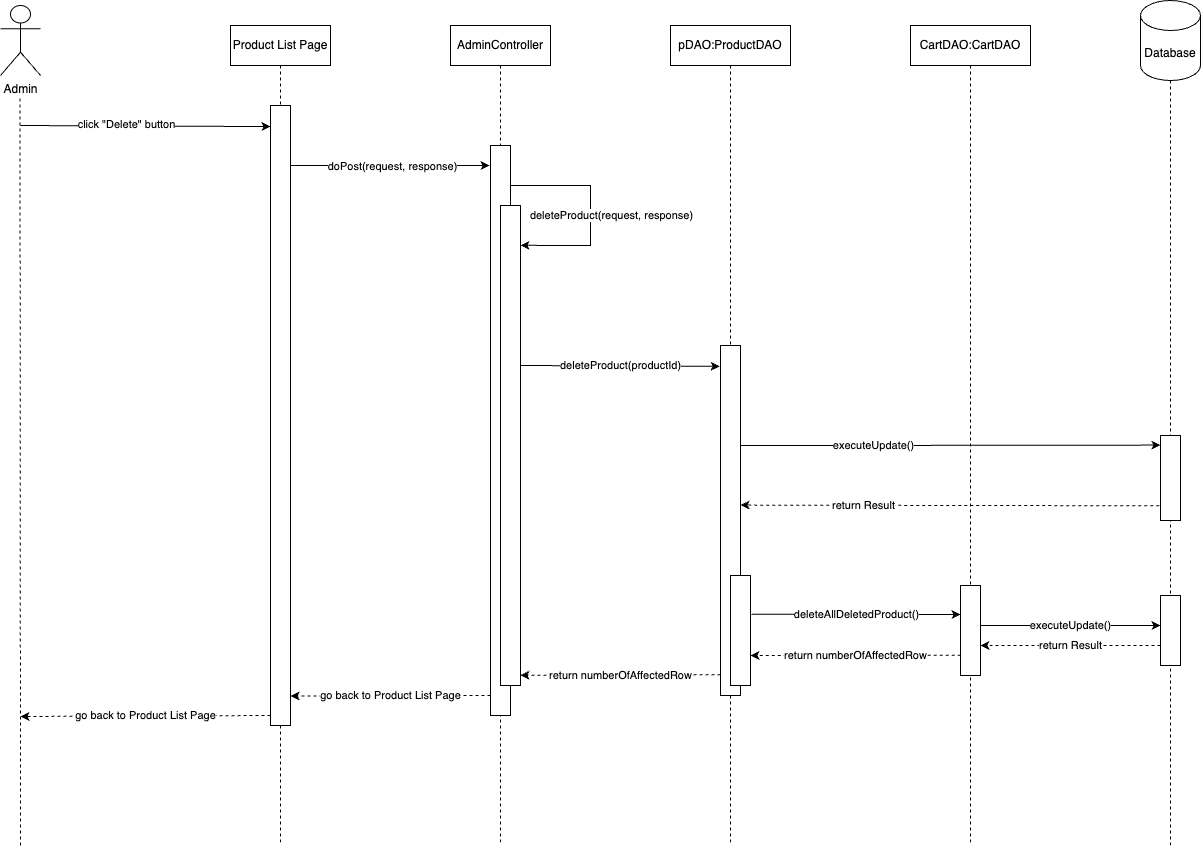
Before: document/SDS/24. Delete product/Sequence_Diagram/DeleteProductSequenceDiagram.drawio.png, a diagram exported from draw.io (QuocZuong/perfume-store). Source tidied: cells renumbered, new cells last; positions are measured from the earlier drawing's top-left corner, leaving out a move shared by most shapes.
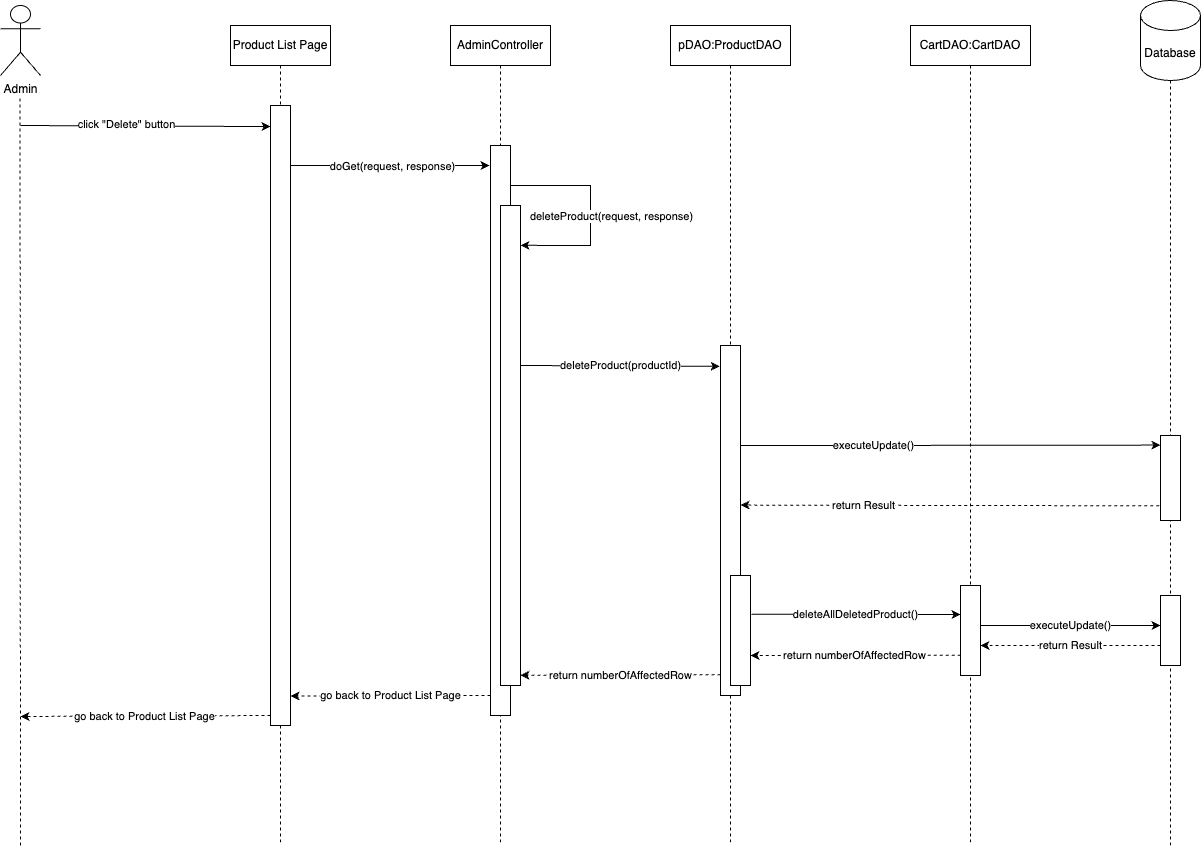
The same file after the commit.

Change to the diagram source:
```diff
@@ -34,7 +34,7 @@
         <mxPoint x="489" y="165" as="targetPoint" />
       </mxGeometry>
     </mxCell>
-    <mxCell id="10" value="doPost(request, response)" style="edgeLabel;html=1;align=center;verticalAlign=middle;" parent="9" vertex="1">
+    <mxCell id="10" value="doGet(request, response)" style="edgeLabel;html=1;align=center;verticalAlign=middle;" parent="9" vertex="1">
       <mxGeometry x="0.09" relative="1" as="geometry">
         <mxPoint x="-7" as="offset" />
       </mxGeometry>
```
